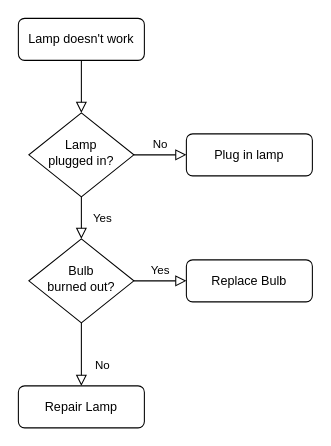
Above: Untitled Diagram.drawio in Eric6575/first_test (draw.io), before the change. Source tidied: cells renumbered, new cells numbered last; positions are measured from the earlier drawing's top-left corner, leaving out a move shared by most shapes. Both pictures are drawn from the tidied source at 105%, with x=0, y=0 at pixel (18, 18).
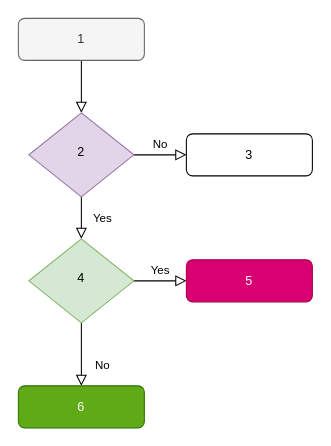
The same page after the edit.

What changed in the source:
```diff
@@
 <mxGraphModel>
   <root>
     <mxCell id="0" />
     <mxCell id="1" parent="0" />
     <mxCell id="2" style="rounded=0;html=1;jettySize=auto;fontSize=11;endArrow=block;endFill=0;endSize=8;strokeWidth=1;shadow=0;labelBackgroundColor=none;edgeStyle=orthogonalEdgeStyle;" parent="1" edge="1" source="3" target="6">
       <mxGeometry relative="1" as="geometry" />
     </mxCell>
-    <mxCell id="3" value="Lamp doesn't work" style="rounded=1;whiteSpace=wrap;html=1;fontSize=12;glass=0;strokeWidth=1;shadow=0;" parent="1" vertex="1">
+    <mxCell id="3" value="1" style="rounded=1;whiteSpace=wrap;html=1;fontSize=12;glass=0;strokeWidth=1;shadow=0;fillColor=#f5f5f5;strokeColor=#666666;fontColor=#333333;" parent="1" vertex="1">
       <mxGeometry width="120" height="40" as="geometry" />
     </mxCell>
     <mxCell id="4" value="Yes" style="rounded=0;html=1;jettySize=auto;fontSize=11;endArrow=block;endFill=0;endSize=8;strokeWidth=1;shadow=0;labelBackgroundColor=none;edgeStyle=orthogonalEdgeStyle;" parent="1" edge="1" source="6" target="10">
       <mxGeometry y="20" relative="1" as="geometry" />
     </mxCell>
     <mxCell id="5" value="No" style="edgeStyle=orthogonalEdgeStyle;rounded=0;html=1;jettySize=auto;fontSize=11;endArrow=block;endFill=0;endSize=8;strokeWidth=1;shadow=0;labelBackgroundColor=none;" parent="1" edge="1" source="6" target="7">
       <mxGeometry y="10" relative="1" as="geometry" />
     </mxCell>
-    <mxCell id="6" value="Lamp&lt;br&gt;plugged in?" style="rhombus;whiteSpace=wrap;html=1;shadow=0;fontFamily=Helvetica;fontSize=12;align=center;strokeWidth=1;spacing=6;spacingTop=-4;" parent="1" vertex="1">
+    <mxCell id="6" value="2" style="rhombus;whiteSpace=wrap;html=1;shadow=0;fontFamily=Helvetica;fontSize=12;align=center;strokeWidth=1;spacing=6;spacingTop=-4;fillColor=#e1d5e7;strokeColor=#9673a6;" parent="1" vertex="1">
       <mxGeometry x="10" y="90" width="100" height="80" as="geometry" />
     </mxCell>
-    <mxCell id="7" value="Plug in lamp" style="rounded=1;whiteSpace=wrap;html=1;fontSize=12;glass=0;strokeWidth=1;shadow=0;" parent="1" vertex="1">
+    <mxCell id="7" value="3" style="rounded=1;whiteSpace=wrap;html=1;fontSize=12;glass=0;strokeWidth=1;shadow=0;" parent="1" vertex="1">
       <mxGeometry x="160" y="110" width="120" height="40" as="geometry" />
     </mxCell>
     <mxCell id="8" value="No" style="rounded=0;html=1;jettySize=auto;fontSize=11;endArrow=block;endFill=0;endSize=8;strokeWidth=1;shadow=0;labelBackgroundColor=none;edgeStyle=orthogonalEdgeStyle;" parent="1" edge="1" source="10" target="11">
       <mxGeometry x="0.33" y="20" relative="1" as="geometry" />
     </mxCell>
     <mxCell id="9" value="Yes" style="edgeStyle=orthogonalEdgeStyle;rounded=0;html=1;jettySize=auto;fontSize=11;endArrow=block;endFill=0;endSize=8;strokeWidth=1;shadow=0;labelBackgroundColor=none;" parent="1" edge="1" source="10" target="12">
       <mxGeometry y="10" relative="1" as="geometry" />
     </mxCell>
-    <mxCell id="10" value="Bulb&lt;br&gt;burned out?" style="rhombus;whiteSpace=wrap;html=1;shadow=0;fontFamily=Helvetica;fontSize=12;align=center;strokeWidth=1;spacing=6;spacingTop=-4;" parent="1" vertex="1">
+    <mxCell id="10" value="4" style="rhombus;whiteSpace=wrap;html=1;shadow=0;fontFamily=Helvetica;fontSize=12;align=center;strokeWidth=1;spacing=6;spacingTop=-4;fillColor=#d5e8d4;strokeColor=#82b366;" parent="1" vertex="1">
       <mxGeometry x="10" y="210" width="100" height="80" as="geometry" />
     </mxCell>
-    <mxCell id="11" value="Repair Lamp" style="rounded=1;whiteSpace=wrap;html=1;fontSize=12;glass=0;strokeWidth=1;shadow=0;" parent="1" vertex="1">
+    <mxCell id="11" value="6" style="rounded=1;whiteSpace=wrap;html=1;fontSize=12;glass=0;strokeWidth=1;shadow=0;fillColor=#60a917;strokeColor=#2D7600;fontColor=#ffffff;" parent="1" vertex="1">
       <mxGeometry y="350" width="120" height="40" as="geometry" />
     </mxCell>
-    <mxCell id="12" value="Replace Bulb" style="rounded=1;whiteSpace=wrap;html=1;fontSize=12;glass=0;strokeWidth=1;shadow=0;" parent="1" vertex="1">
+    <mxCell id="12" value="5" style="rounded=1;whiteSpace=wrap;html=1;fontSize=12;glass=0;strokeWidth=1;shadow=0;fillColor=#d80073;strokeColor=#A50040;fontColor=#ffffff;" parent="1" vertex="1">
       <mxGeometry x="160" y="230" width="120" height="40" as="geometry" />
     </mxCell>
   </root>
 </mxGraphModel>
```
